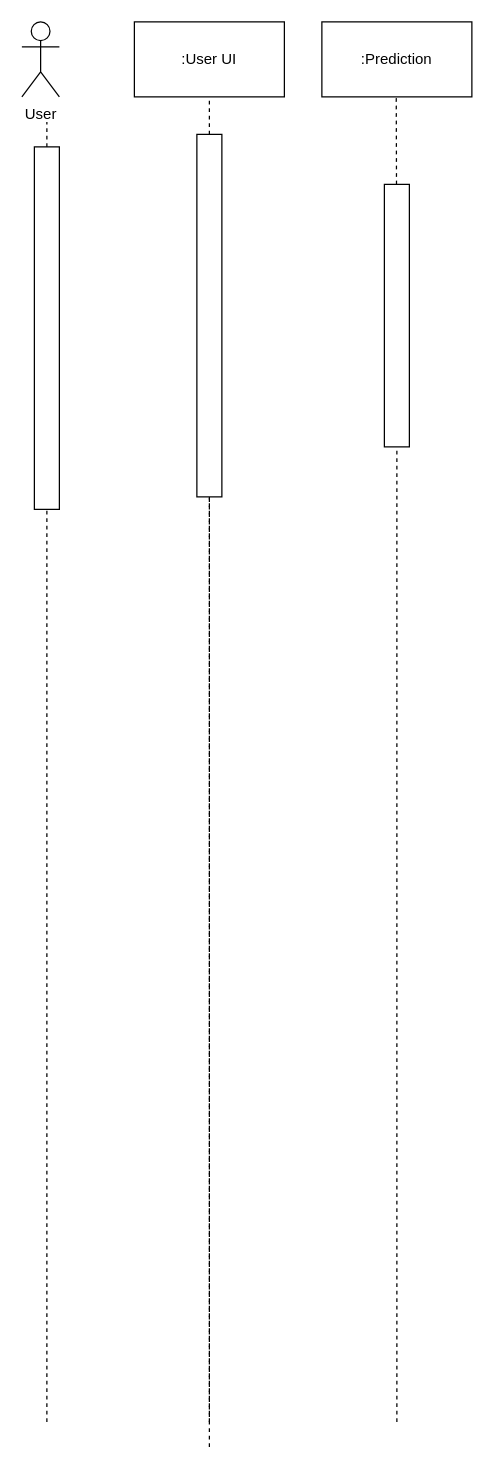
The draw.io diagram page "Prediction sequence diagram" (9 of 14) of stqa.drawio in MohitBurkule/doctorconnect, before the edit. Source tidied: cells renumbered, new cells numbered last; positions are measured from the earlier drawing's top-left corner, leaving out a move shared by most shapes. Both pictures are drawn from the tidied source at 125%, with x=0, y=0 at pixel (21, 21).
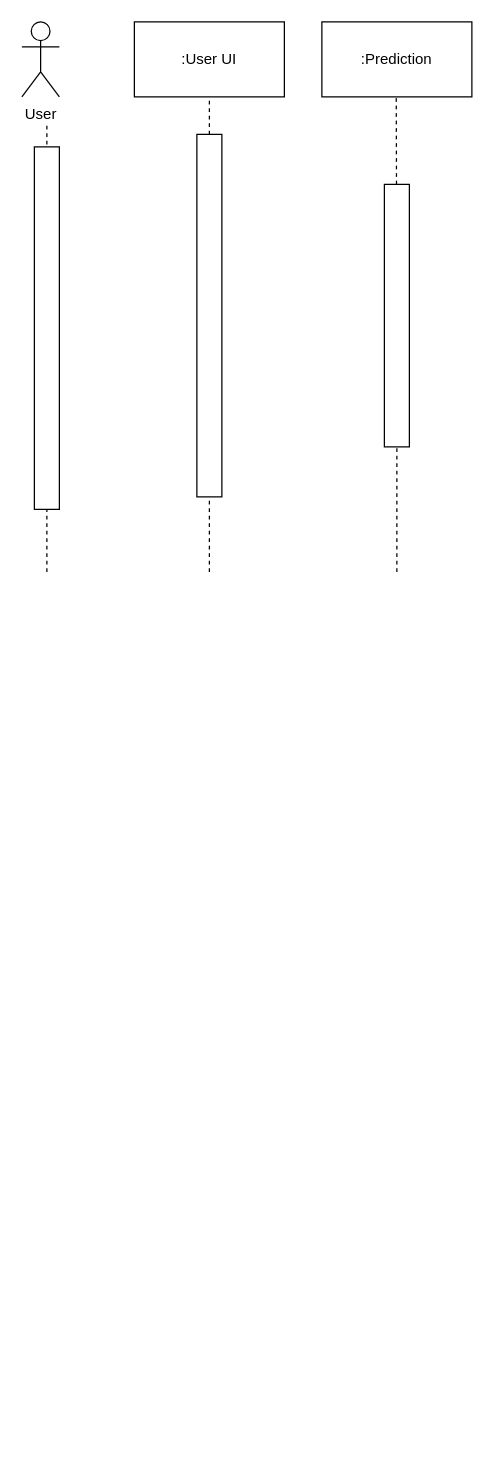
The same diagram, later.

Change to the diagram source:
```diff
@@
 <mxGraphModel>
   <root>
     <mxCell id="0" />
     <mxCell id="1" parent="0" />
     <mxCell id="2" value="&lt;font style=&quot;font-size: 12px&quot;&gt;User&lt;/font&gt;" style="shape=umlActor;verticalLabelPosition=bottom;labelBackgroundColor=#ffffff;verticalAlign=top;html=1;fontSize=5;" parent="1" vertex="1">
       <mxGeometry width="30" height="60" as="geometry" />
     </mxCell>
     <mxCell id="3" style="endArrow=none;dashed=1;html=1;strokeColor=#000000;fillColor=#ffffff;fontSize=12;" parent="1" edge="1">
       <mxGeometry relative="1" as="geometry">
-        <mxPoint x="20" y="1120" as="sourcePoint" />
+        <mxPoint x="20" y="440" as="sourcePoint" />
         <mxPoint x="20" y="80" as="targetPoint" />
       </mxGeometry>
     </mxCell>
     <mxCell id="4" style="rounded=0;whiteSpace=wrap;html=1;fontSize=12;" parent="1" vertex="1">
       <mxGeometry x="10" y="100" width="20" height="290" as="geometry" />
     </mxCell>
     <mxCell id="5" value=":Prediction" style="rounded=0;whiteSpace=wrap;html=1;fontSize=12;" parent="1" vertex="1">
       <mxGeometry x="240" width="120" height="60" as="geometry" />
     </mxCell>
     <mxCell id="6" style="endArrow=none;dashed=1;html=1;strokeColor=#000000;fillColor=#ffffff;fontSize=12;" parent="1" edge="1" source="12">
       <mxGeometry relative="1" as="geometry">
         <mxPoint x="299.5" y="60" as="targetPoint" />
       </mxGeometry>
     </mxCell>
     <mxCell id="7" value="&lt;font style=&quot;font-size: 12px&quot;&gt;:User UI&lt;/font&gt;" style="rounded=0;whiteSpace=wrap;html=1;fontSize=5;" parent="1" vertex="1">
       <mxGeometry x="90" width="120" height="60" as="geometry" />
     </mxCell>
-    <mxCell id="8" style="endArrow=none;dashed=1;html=1;strokeColor=#000000;fillColor=#ffffff;fontSize=12;" parent="1" edge="1" target="10">
-      <mxGeometry relative="1" as="geometry">
-        <mxPoint x="150" y="1120" as="sourcePoint" />
-      </mxGeometry>
-    </mxCell>
     <mxCell id="9" style="endArrow=none;dashed=1;html=1;strokeColor=#000000;fillColor=#ffffff;fontSize=12;entryX=0.5;entryY=1;entryDx=0;entryDy=0;" parent="1" edge="1" source="10" target="7">
       <mxGeometry relative="1" as="geometry" />
     </mxCell>
     <mxCell id="10" style="rounded=0;whiteSpace=wrap;html=1;fontSize=12;" parent="1" vertex="1">
       <mxGeometry x="140" y="90" width="20" height="290" as="geometry" />
     </mxCell>
     <mxCell id="11" style="endArrow=none;dashed=1;html=1;strokeColor=#000000;fillColor=#ffffff;fontSize=12;entryX=0.5;entryY=1;entryDx=0;entryDy=0;" parent="1" edge="1" target="10">
       <mxGeometry relative="1" as="geometry">
-        <mxPoint x="150" y="1140" as="sourcePoint" />
+        <mxPoint x="150" y="440" as="sourcePoint" />
       </mxGeometry>
     </mxCell>
     <mxCell id="12" style="rounded=0;whiteSpace=wrap;html=1;fontSize=12;" parent="1" vertex="1">
       <mxGeometry x="290" y="130" width="20" height="210" as="geometry" />
     </mxCell>
     <mxCell id="13" style="endArrow=none;dashed=1;html=1;strokeColor=#000000;fillColor=#ffffff;fontSize=12;" parent="1" edge="1" target="12">
       <mxGeometry relative="1" as="geometry">
-        <mxPoint x="300" y="1120" as="sourcePoint" />
+        <mxPoint x="300" y="440" as="sourcePoint" />
       </mxGeometry>
     </mxCell>
   </root>
 </mxGraphModel>
```
